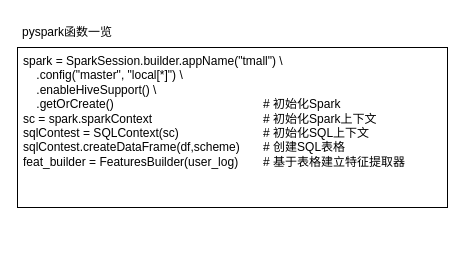
Before: tmall2.drawio in limpid-11/drawio, a draw.io diagram. Source tidied: cells renumbered, new cells numbered last; positions are measured from the earlier drawing's top-left corner, leaving out a move shared by most shapes. Both pictures are drawn from the tidied source at 100%, with x=0, y=0 at pixel (17, 17).
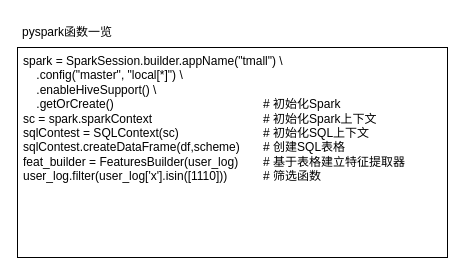
The same diagram, later.

Diff of the diagram source:
```diff
@@
 <mxGraphModel>
   <root>
     <mxCell id="0" />
     <mxCell id="1" parent="0" />
-    <mxCell id="2" value="&lt;div&gt;spark = SparkSession.builder&lt;span style=&quot;background-color: initial;&quot;&gt;.appName(&quot;tmall&quot;) \&lt;/span&gt;&lt;/div&gt;&lt;div&gt;&amp;nbsp; &amp;nbsp; .config(&quot;master&quot;, &quot;local[*]&quot;) \&lt;/div&gt;&lt;div&gt;&amp;nbsp; &amp;nbsp; .enableHiveSupport() \&lt;/div&gt;&lt;div&gt;&amp;nbsp; &amp;nbsp; .getOrCreate()&lt;span style=&quot;white-space: pre;&quot;&gt;&#9;&lt;/span&gt;&lt;span style=&quot;white-space: pre;&quot;&gt;&#9;&lt;/span&gt;&lt;span style=&quot;white-space: pre;&quot;&gt;&#9;&lt;/span&gt;&lt;span style=&quot;white-space: pre;&quot;&gt;&#9;&lt;/span&gt;&lt;span style=&quot;white-space: pre;&quot;&gt;&#9;&lt;span style=&quot;white-space: pre;&quot;&gt;&#9;&lt;/span&gt;&lt;/span&gt;# 初始化Spark&lt;/div&gt;&lt;div&gt;sc = spark.sparkContext&lt;span style=&quot;white-space: pre;&quot;&gt;&#9;&lt;/span&gt;&lt;span style=&quot;white-space: pre;&quot;&gt;&#9;&lt;/span&gt;&lt;span style=&quot;white-space: pre;&quot;&gt;&#9;&lt;/span&gt;&lt;span style=&quot;white-space: pre;&quot;&gt;&#9;&lt;span style=&quot;white-space: pre;&quot;&gt;&#9;&lt;/span&gt;&lt;/span&gt;# 初始化Spark上下文&lt;br&gt;&lt;/div&gt;&lt;div&gt;sqlContest = SQLContext(sc)&lt;span style=&quot;white-space: pre;&quot;&gt;&#9;&lt;/span&gt;&lt;span style=&quot;white-space: pre;&quot;&gt;&#9;&lt;/span&gt;&lt;span style=&quot;white-space: pre;&quot;&gt;&#9;&lt;span style=&quot;white-space: pre;&quot;&gt;&#9;&lt;/span&gt;&lt;/span&gt;# 初始化SQL上下文&lt;br&gt;&lt;/div&gt;&lt;div&gt;sqlContest.createDataFrame(df,scheme)&lt;span style=&quot;white-space: pre;&quot;&gt;&#9;&lt;/span&gt;# 创建SQL表格&lt;br&gt;&lt;/div&gt;&lt;div&gt;feat_builder = FeaturesBuilder(user_log)&lt;span style=&quot;white-space: pre;&quot;&gt;&#9;&lt;/span&gt;# 基于表格建立特征提取器&lt;br&gt;&lt;/div&gt;&lt;div&gt;&lt;br&gt;&lt;/div&gt;&lt;div&gt;&lt;br&gt;&lt;/div&gt;" style="rounded=0;whiteSpace=wrap;html=1;align=left;verticalAlign=top;spacingLeft=4;" parent="1" vertex="1">
-      <mxGeometry y="30" width="430" height="160" as="geometry" />
+    <mxCell id="2" value="&lt;div&gt;spark = SparkSession.builder&lt;span style=&quot;background-color: initial;&quot;&gt;.appName(&quot;tmall&quot;) \&lt;/span&gt;&lt;/div&gt;&lt;div&gt;&amp;nbsp; &amp;nbsp; .config(&quot;master&quot;, &quot;local[*]&quot;) \&lt;/div&gt;&lt;div&gt;&amp;nbsp; &amp;nbsp; .enableHiveSupport() \&lt;/div&gt;&lt;div&gt;&amp;nbsp; &amp;nbsp; .getOrCreate()&lt;span style=&quot;white-space: pre;&quot;&gt;&#9;&lt;/span&gt;&lt;span style=&quot;white-space: pre;&quot;&gt;&#9;&lt;/span&gt;&lt;span style=&quot;white-space: pre;&quot;&gt;&#9;&lt;/span&gt;&lt;span style=&quot;white-space: pre;&quot;&gt;&#9;&lt;/span&gt;&lt;span style=&quot;white-space: pre;&quot;&gt;&#9;&lt;span style=&quot;white-space: pre;&quot;&gt;&#9;&lt;/span&gt;&lt;/span&gt;# 初始化Spark&lt;/div&gt;&lt;div&gt;sc = spark.sparkContext&lt;span style=&quot;white-space: pre;&quot;&gt;&#9;&lt;/span&gt;&lt;span style=&quot;white-space: pre;&quot;&gt;&#9;&lt;/span&gt;&lt;span style=&quot;white-space: pre;&quot;&gt;&#9;&lt;/span&gt;&lt;span style=&quot;white-space: pre;&quot;&gt;&#9;&lt;span style=&quot;white-space: pre;&quot;&gt;&#9;&lt;/span&gt;&lt;/span&gt;# 初始化Spark上下文&lt;br&gt;&lt;/div&gt;&lt;div&gt;sqlContest = SQLContext(sc)&lt;span style=&quot;white-space: pre;&quot;&gt;&#9;&lt;/span&gt;&lt;span style=&quot;white-space: pre;&quot;&gt;&#9;&lt;/span&gt;&lt;span style=&quot;white-space: pre;&quot;&gt;&#9;&lt;span style=&quot;white-space: pre;&quot;&gt;&#9;&lt;/span&gt;&lt;/span&gt;# 初始化SQL上下文&lt;br&gt;&lt;/div&gt;&lt;div&gt;sqlContest.createDataFrame(df,scheme)&lt;span style=&quot;white-space: pre;&quot;&gt;&#9;&lt;/span&gt;# 创建SQL表格&lt;br&gt;&lt;/div&gt;&lt;div&gt;feat_builder = FeaturesBuilder(user_log)&lt;span style=&quot;white-space: pre;&quot;&gt;&#9;&lt;/span&gt;# 基于表格建立特征提取器&lt;br&gt;&lt;/div&gt;&lt;div&gt;user_log.filter(user_log['x'].isin([1110]))&lt;span style=&quot;white-space: pre;&quot;&gt;&#9;&lt;/span&gt;&lt;span style=&quot;white-space: pre;&quot;&gt;&#9;&lt;/span&gt;# 筛选函数&lt;br&gt;&lt;/div&gt;&lt;div&gt;&lt;br&gt;&lt;/div&gt;&lt;div&gt;&lt;br&gt;&lt;/div&gt;" style="rounded=0;whiteSpace=wrap;html=1;align=left;verticalAlign=top;spacingLeft=4;" parent="1" vertex="1">
+      <mxGeometry y="30" width="430" height="210" as="geometry" />
     </mxCell>
     <mxCell id="3" value="pyspark函数一览" style="text;html=1;align=center;verticalAlign=middle;whiteSpace=wrap;rounded=0;" parent="1" vertex="1">
       <mxGeometry width="100" height="30" as="geometry" />
     </mxCell>
   </root>
 </mxGraphModel>
```
